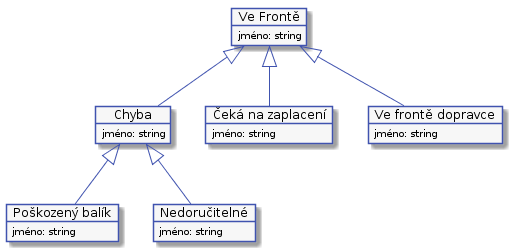
Internet-Handel/postman keeps this PlantUML diagram as docs/diagrams/out/states-package-2.png. Above is the earlier version.
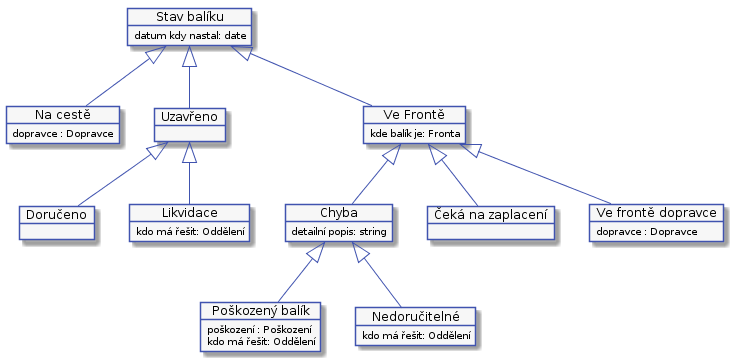
Above is the later version.

The edit, as a diff of the source:
```diff
@@ -56,35 +56,66 @@
 
 hide empty description
 
+object "Stav balíku" as state
+object state {
+    datum kdy nastal: date
+}
+
+object "Na cestě" as delivering
+object delivering {
+    dopravce : Dopravce
+}
+
+object "Uzavřeno" as closed
+object closed {
+}
+
+object "Doručeno" as delivered
+object delivered {
+}
+
+object "Likvidace" as disposed
+object disposed {
+    kdo má řešit: Oddělení
+}
+
 object "Ve Frontě" as queue
 object queue {
-    jméno: string
+    kde balík je: Fronta
 }
+
 object "Chyba" as error
 object error {
-    jméno: string
+    detailní popis: string
 }
 
 object "Poškozený balík" as damage
 object damage {
-    jméno: string
+    poškození : Poškození
+    kdo má řešit: Oddělení
 }
 
 object "Nedoručitelné" as undeliverable
 object undeliverable {
-    jméno: string
+    kdo má řešit: Oddělení
 }
 
 object "Čeká na zaplacení" as payment
 object payment {
-    jméno: string
 }
 
 object "Ve frontě dopravce" as waitingForShipping
 object waitingForShipping {
-    jméno: string
+    dopravce : Dopravce
 }
 
+state <|-- closed
+closed <|-- delivered
+closed <|-- disposed
+
+state <|-- delivering
+
+state <|-- queue
 queue <|-- error
 error <|-- damage
 error <|-- undeliverable
```
